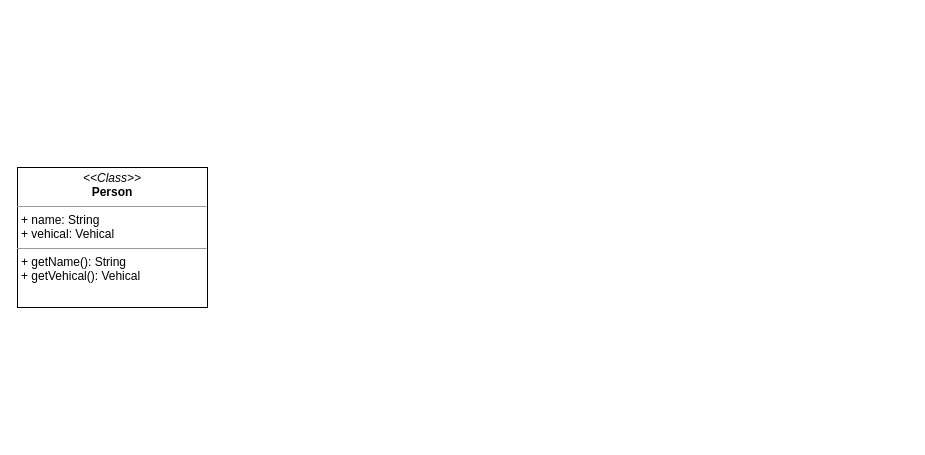
Above: example13/Untitled Diagram.drawio in ManojKumarPatnaik/eazybytesspring (draw.io), before the change. Source tidied: cells renumbered, new cells numbered last; positions are measured from the earlier drawing's top-left corner, leaving out a move shared by most shapes. Both pictures are drawn from the tidied source at 100%, with x=0, y=0 at pixel (17, 167).
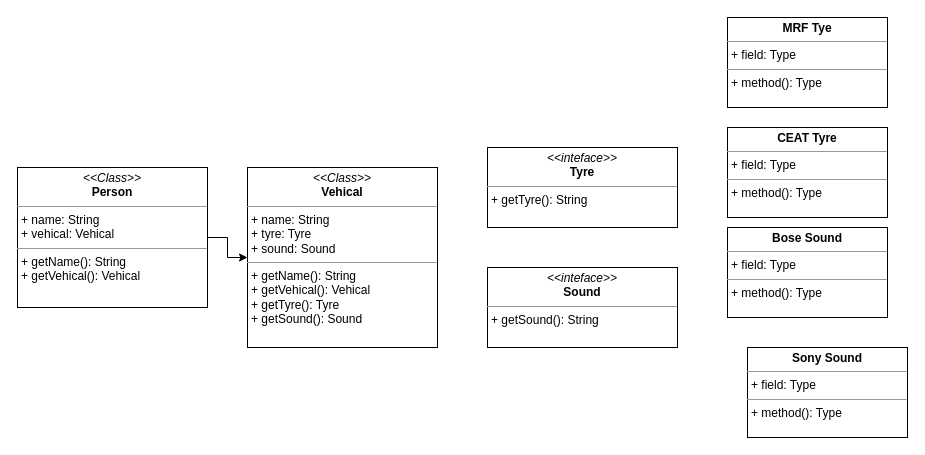
Above is the later version.

Change to the diagram source:
```diff
@@
 <mxGraphModel>
   <root>
     <mxCell id="0" />
     <mxCell id="1" parent="0" />
+    <mxCell id="3" style="edgeStyle=orthogonalEdgeStyle;rounded=0;jettySize=auto;html=1;" parent="1" edge="1" source="2" target="4">
+      <mxGeometry relative="1" as="geometry" />
+    </mxCell>
     <mxCell id="2" value="&lt;p style=&quot;margin:0px;margin-top:4px;text-align:center;&quot;&gt;&lt;i&gt;&amp;lt;&amp;lt;Class&amp;gt;&amp;gt;&lt;/i&gt;&lt;br&gt;&lt;b&gt;Person&lt;/b&gt;&lt;/p&gt;&lt;hr size=&quot;1&quot;&gt;&lt;p style=&quot;margin:0px;margin-left:4px;&quot;&gt;+ name: String&lt;br&gt;+ vehical: Vehical&lt;/p&gt;&lt;hr size=&quot;1&quot;&gt;&lt;p style=&quot;margin:0px;margin-left:4px;&quot;&gt;+ getName(): String&lt;br&gt;+ getVehical(): Vehical&lt;/p&gt;" style="verticalAlign=top;align=left;overflow=fill;fontSize=12;fontFamily=Helvetica;html=1;" parent="1" vertex="1">
       <mxGeometry width="190" height="140" as="geometry" />
     </mxCell>
+    <mxCell id="4" value="&lt;p style=&quot;margin:0px;margin-top:4px;text-align:center;&quot;&gt;&lt;i&gt;&amp;lt;&amp;lt;Class&amp;gt;&amp;gt;&lt;/i&gt;&lt;br&gt;&lt;b&gt;Vehical&lt;/b&gt;&lt;/p&gt;&lt;hr size=&quot;1&quot;&gt;&lt;p style=&quot;margin:0px;margin-left:4px;&quot;&gt;+ name: String&lt;br&gt;+ tyre: Tyre&lt;/p&gt;&lt;p style=&quot;margin:0px;margin-left:4px;&quot;&gt;+ sound: Sound&lt;/p&gt;&lt;hr size=&quot;1&quot;&gt;&lt;p style=&quot;margin:0px;margin-left:4px;&quot;&gt;+ getName(): String&lt;br&gt;+ getVehical(): Vehical&lt;/p&gt;&lt;p style=&quot;margin:0px;margin-left:4px;&quot;&gt;+ getTyre(): Tyre&lt;/p&gt;&lt;p style=&quot;margin:0px;margin-left:4px;&quot;&gt;+ getSound(): Sound&lt;/p&gt;" style="verticalAlign=top;align=left;overflow=fill;fontSize=12;fontFamily=Helvetica;html=1;" parent="1" vertex="1">
+      <mxGeometry x="230" width="190" height="180" as="geometry" />
+    </mxCell>
+    <mxCell id="5" value="&lt;p style=&quot;margin:0px;margin-top:4px;text-align:center;&quot;&gt;&lt;i&gt;&amp;lt;&amp;lt;inteface&amp;gt;&amp;gt;&lt;/i&gt;&lt;br&gt;&lt;b&gt;Tyre&lt;/b&gt;&lt;/p&gt;&lt;hr size=&quot;1&quot;&gt;&lt;p style=&quot;margin:0px;margin-left:4px;&quot;&gt;&lt;/p&gt;&lt;p style=&quot;margin:0px;margin-left:4px;&quot;&gt;&lt;span style=&quot;background-color: initial;&quot;&gt;+ getTyre(): String&lt;/span&gt;&lt;br&gt;&lt;/p&gt;&lt;p style=&quot;margin:0px;margin-left:4px;&quot;&gt;&lt;br&gt;&lt;/p&gt;" style="verticalAlign=top;align=left;overflow=fill;fontSize=12;fontFamily=Helvetica;html=1;" parent="1" vertex="1">
+      <mxGeometry x="470" y="-20" width="190" height="80" as="geometry" />
+    </mxCell>
+    <mxCell id="6" value="&lt;p style=&quot;margin:0px;margin-top:4px;text-align:center;&quot;&gt;&lt;i&gt;&amp;lt;&amp;lt;inteface&amp;gt;&amp;gt;&lt;/i&gt;&lt;br&gt;&lt;b&gt;Sound&lt;/b&gt;&lt;/p&gt;&lt;hr size=&quot;1&quot;&gt;&lt;p style=&quot;margin:0px;margin-left:4px;&quot;&gt;&lt;/p&gt;&lt;p style=&quot;margin:0px;margin-left:4px;&quot;&gt;&lt;span style=&quot;background-color: initial;&quot;&gt;+ getSound(): String&lt;/span&gt;&lt;br&gt;&lt;/p&gt;&lt;p style=&quot;margin:0px;margin-left:4px;&quot;&gt;&lt;br&gt;&lt;/p&gt;" style="verticalAlign=top;align=left;overflow=fill;fontSize=12;fontFamily=Helvetica;html=1;" parent="1" vertex="1">
+      <mxGeometry x="470" y="100" width="190" height="80" as="geometry" />
+    </mxCell>
+    <mxCell id="7" value="&lt;p style=&quot;margin:0px;margin-top:4px;text-align:center;&quot;&gt;&lt;b&gt;MRF Tye&lt;/b&gt;&lt;/p&gt;&lt;hr size=&quot;1&quot;&gt;&lt;p style=&quot;margin:0px;margin-left:4px;&quot;&gt;+ field: Type&lt;/p&gt;&lt;hr size=&quot;1&quot;&gt;&lt;p style=&quot;margin:0px;margin-left:4px;&quot;&gt;+ method(): Type&lt;/p&gt;" style="verticalAlign=top;align=left;overflow=fill;fontSize=12;fontFamily=Helvetica;html=1;" parent="1" vertex="1">
+      <mxGeometry x="710" y="-150" width="160" height="90" as="geometry" />
+    </mxCell>
+    <mxCell id="8" value="&lt;p style=&quot;margin:0px;margin-top:4px;text-align:center;&quot;&gt;&lt;b&gt;CEAT Tyre&lt;/b&gt;&lt;/p&gt;&lt;hr size=&quot;1&quot;&gt;&lt;p style=&quot;margin:0px;margin-left:4px;&quot;&gt;+ field: Type&lt;/p&gt;&lt;hr size=&quot;1&quot;&gt;&lt;p style=&quot;margin:0px;margin-left:4px;&quot;&gt;+ method(): Type&lt;/p&gt;" style="verticalAlign=top;align=left;overflow=fill;fontSize=12;fontFamily=Helvetica;html=1;" parent="1" vertex="1">
+      <mxGeometry x="710" y="-40" width="160" height="90" as="geometry" />
+    </mxCell>
+    <mxCell id="9" value="&lt;p style=&quot;margin:0px;margin-top:4px;text-align:center;&quot;&gt;&lt;b&gt;Bose Sound&lt;/b&gt;&lt;/p&gt;&lt;hr size=&quot;1&quot;&gt;&lt;p style=&quot;margin:0px;margin-left:4px;&quot;&gt;+ field: Type&lt;/p&gt;&lt;hr size=&quot;1&quot;&gt;&lt;p style=&quot;margin:0px;margin-left:4px;&quot;&gt;+ method(): Type&lt;/p&gt;" style="verticalAlign=top;align=left;overflow=fill;fontSize=12;fontFamily=Helvetica;html=1;" parent="1" vertex="1">
+      <mxGeometry x="710" y="60" width="160" height="90" as="geometry" />
+    </mxCell>
+    <mxCell id="10" value="&lt;p style=&quot;margin:0px;margin-top:4px;text-align:center;&quot;&gt;&lt;b&gt;Sony Sound&lt;/b&gt;&lt;/p&gt;&lt;hr size=&quot;1&quot;&gt;&lt;p style=&quot;margin:0px;margin-left:4px;&quot;&gt;+ field: Type&lt;/p&gt;&lt;hr size=&quot;1&quot;&gt;&lt;p style=&quot;margin:0px;margin-left:4px;&quot;&gt;+ method(): Type&lt;/p&gt;" style="verticalAlign=top;align=left;overflow=fill;fontSize=12;fontFamily=Helvetica;html=1;" parent="1" vertex="1">
+      <mxGeometry x="730" y="180" width="160" height="90" as="geometry" />
+    </mxCell>
   </root>
 </mxGraphModel>
```
